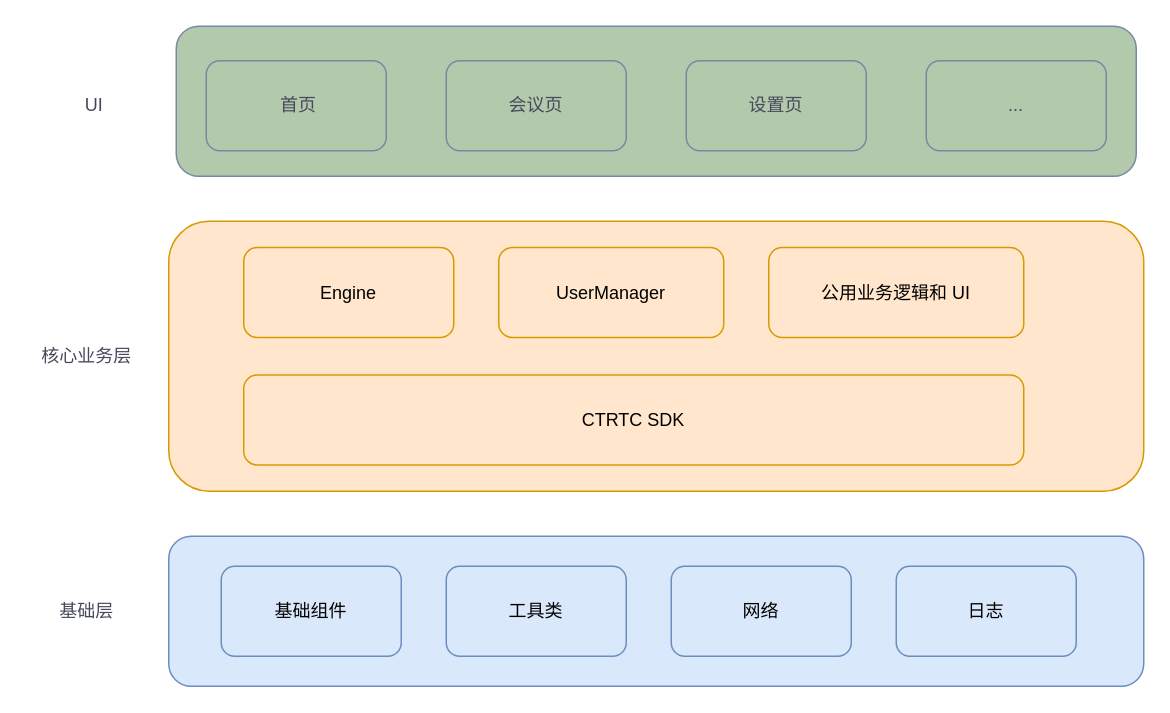
Earlier version of the draw.io diagram aone.drawio (silan-liu/drawio). Source tidied: cells renumbered, new cells numbered last; positions are measured from the earlier drawing's top-left corner, leaving out a move shared by most shapes. Both pictures are drawn from the tidied source at 150%, with x=0, y=0 at pixel (26, 26).
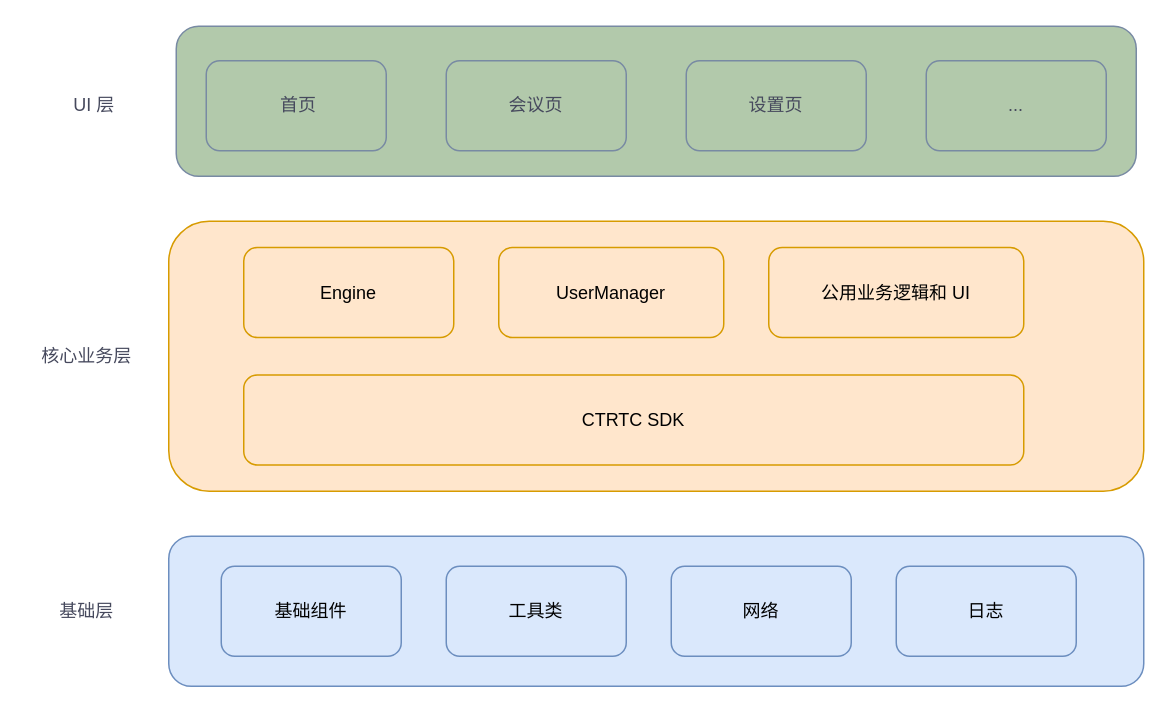
The same page after the edit.

Diff of the diagram source:
```diff
@@
 <mxGraphModel>
   <root>
     <mxCell id="0" />
     <mxCell id="1" parent="0" />
     <mxCell id="2" style="rounded=1;whiteSpace=wrap;html=1;strokeColor=#788AA3;fontColor=#46495D;fillColor=#B2C9AB;" parent="1" vertex="1">
       <mxGeometry x="100" width="640" height="100" as="geometry" />
     </mxCell>
     <mxCell id="3" value="&amp;nbsp;首页" style="rounded=1;whiteSpace=wrap;html=1;fillColor=#B2C9AB;strokeColor=#788AA3;labelBackgroundColor=none;fontColor=#46495D;" parent="1" vertex="1">
       <mxGeometry x="120" y="23" width="120" height="60" as="geometry" />
     </mxCell>
-    <mxCell id="4" value="UI" style="text;html=1;align=center;verticalAlign=middle;strokeColor=none;fillColor=none;fontColor=#46495D;" parent="1" vertex="1">
-      <mxGeometry x="25" y="38" width="40" height="30" as="geometry" />
+    <mxCell id="4" value="UI 层" style="text;html=1;align=center;verticalAlign=middle;strokeColor=none;fillColor=none;fontColor=#46495D;" parent="1" vertex="1">
+      <mxGeometry x="20" y="38" width="50" height="30" as="geometry" />
     </mxCell>
     <mxCell id="5" value="会议页" style="rounded=1;whiteSpace=wrap;html=1;fillColor=#B2C9AB;strokeColor=#788AA3;labelBackgroundColor=none;fontColor=#46495D;" parent="1" vertex="1">
       <mxGeometry x="280" y="23" width="120" height="60" as="geometry" />
     </mxCell>
     <mxCell id="6" value="设置页" style="rounded=1;whiteSpace=wrap;html=1;fillColor=#B2C9AB;strokeColor=#788AA3;labelBackgroundColor=none;fontColor=#46495D;" parent="1" vertex="1">
       <mxGeometry x="440" y="23" width="120" height="60" as="geometry" />
     </mxCell>
     <mxCell id="7" value="..." style="rounded=1;whiteSpace=wrap;html=1;fillColor=#B2C9AB;strokeColor=#788AA3;labelBackgroundColor=none;fontColor=#46495D;" parent="1" vertex="1">
       <mxGeometry x="600" y="23" width="120" height="60" as="geometry" />
     </mxCell>
     <mxCell id="8" style="rounded=1;whiteSpace=wrap;html=1;strokeColor=#d79b00;fillColor=#ffe6cc;" parent="1" vertex="1">
       <mxGeometry x="95" y="130" width="650" height="180" as="geometry" />
     </mxCell>
     <mxCell id="9" value="核心业务层" style="text;html=1;align=center;verticalAlign=middle;strokeColor=none;fillColor=none;fontColor=#46495D;" parent="1" vertex="1">
       <mxGeometry y="205" width="80" height="30" as="geometry" />
     </mxCell>
     <mxCell id="10" value="Engine" style="rounded=1;whiteSpace=wrap;html=1;strokeColor=#d79b00;fillColor=#ffe6cc;" parent="1" vertex="1">
       <mxGeometry x="145" y="147.5" width="140" height="60" as="geometry" />
     </mxCell>
     <mxCell id="11" value="UserManager" style="rounded=1;whiteSpace=wrap;html=1;strokeColor=#d79b00;fillColor=#ffe6cc;" parent="1" vertex="1">
       <mxGeometry x="315" y="147.5" width="150" height="60" as="geometry" />
     </mxCell>
     <mxCell id="12" value="公用业务逻辑和 UI" style="rounded=1;whiteSpace=wrap;html=1;strokeColor=#d79b00;fillColor=#ffe6cc;" parent="1" vertex="1">
       <mxGeometry x="495" y="147.5" width="170" height="60" as="geometry" />
     </mxCell>
     <mxCell id="13" style="rounded=1;whiteSpace=wrap;html=1;strokeColor=#6c8ebf;fillColor=#dae8fc;" parent="1" vertex="1">
       <mxGeometry x="95" y="340" width="650" height="100" as="geometry" />
     </mxCell>
     <mxCell id="14" value="基础组件" style="rounded=1;whiteSpace=wrap;html=1;strokeColor=#6c8ebf;fillColor=#dae8fc;" parent="1" vertex="1">
       <mxGeometry x="130" y="360" width="120" height="60" as="geometry" />
     </mxCell>
     <mxCell id="15" value="工具类" style="rounded=1;whiteSpace=wrap;html=1;strokeColor=#6c8ebf;fillColor=#dae8fc;" parent="1" vertex="1">
       <mxGeometry x="280" y="360" width="120" height="60" as="geometry" />
     </mxCell>
     <mxCell id="16" value="网络" style="rounded=1;whiteSpace=wrap;html=1;strokeColor=#6c8ebf;fillColor=#dae8fc;" parent="1" vertex="1">
       <mxGeometry x="430" y="360" width="120" height="60" as="geometry" />
     </mxCell>
     <mxCell id="17" value="日志" style="rounded=1;whiteSpace=wrap;html=1;strokeColor=#6c8ebf;fillColor=#dae8fc;" parent="1" vertex="1">
       <mxGeometry x="580" y="360" width="120" height="60" as="geometry" />
     </mxCell>
     <mxCell id="18" value="基础层" style="text;html=1;align=center;verticalAlign=middle;strokeColor=none;fillColor=none;fontColor=#46495D;" parent="1" vertex="1">
       <mxGeometry x="10" y="375" width="60" height="30" as="geometry" />
     </mxCell>
     <mxCell id="19" value="CTRTC SDK" style="rounded=1;whiteSpace=wrap;html=1;strokeColor=#d79b00;fillColor=#ffe6cc;" parent="1" vertex="1">
       <mxGeometry x="145" y="232.5" width="520" height="60" as="geometry" />
     </mxCell>
   </root>
 </mxGraphModel>
```
